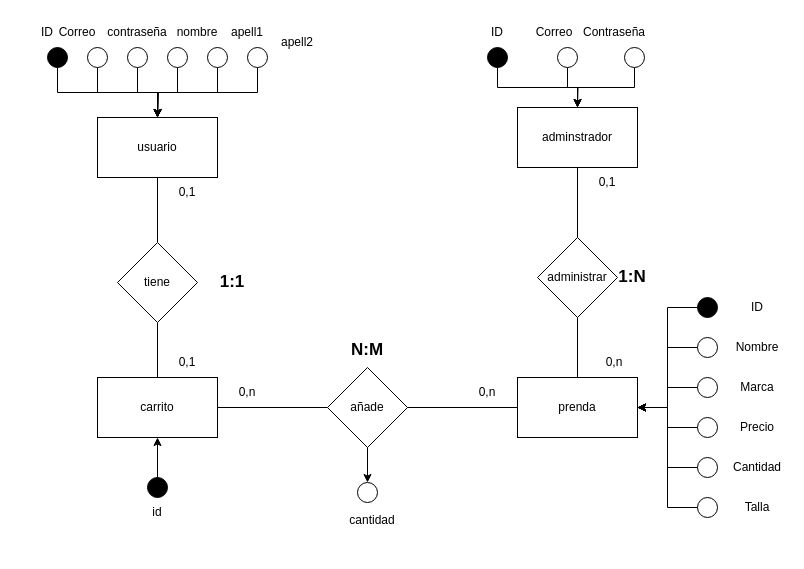
This is SQL/ER_Tienda_de_Ropa.drawio from rubendesrod/Vastion_TiendaRopa, a draw.io file, before an edit. Source tidied: cells renumbered, new cells numbered last; positions are measured from the earlier drawing's top-left corner, leaving out a move shared by most shapes. Both pictures are drawn from the tidied source at 100%, with x=0, y=0 at pixel (17, 17).
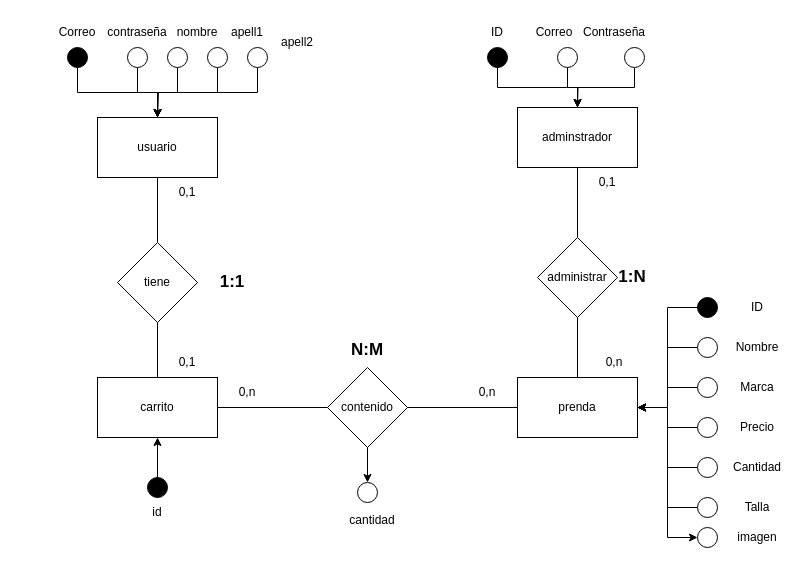
The same page after the edit.

Unchanged cells that the change refers to:
```xml
<mxCell id="3" value="usuario" style="rounded=0;whiteSpace=wrap;html=1;" parent="1" vertex="1">
  <mxGeometry x="80" y="100" width="120" height="60" as="geometry" />
</mxCell>
<mxCell id="7" value="prenda" style="rounded=0;whiteSpace=wrap;html=1;" parent="1" vertex="1">
  <mxGeometry x="500" y="360" width="120" height="60" as="geometry" />
</mxCell>
```

Change to the diagram source:
```diff
@@
+    <mxCell id="75" style="edgeStyle=orthogonalEdgeStyle;rounded=0;jettySize=auto;html=1;exitX=1;exitY=0.5;exitDx=0;exitDy=0;entryX=0;entryY=0.5;entryDx=0;entryDy=0;" parent="1" edge="1" source="7" target="76">
+      <mxGeometry relative="1" as="geometry" />
+    </mxCell>
@@
     <mxCell id="9" style="edgeStyle=orthogonalEdgeStyle;rounded=0;jettySize=auto;html=1;exitX=0.5;exitY=1;exitDx=0;exitDy=0;entryX=0.5;entryY=0;entryDx=0;entryDy=0;" parent="1" edge="1" source="10" target="3">
-      <mxGeometry relative="1" as="geometry" />
+      <mxGeometry relative="1" as="geometry">
+        <Array as="points">
+          <mxPoint x="60" y="75" />
+          <mxPoint x="140" y="75" />
+        </Array>
+      </mxGeometry>
     </mxCell>
     <mxCell id="10" style="ellipse;whiteSpace=wrap;html=1;fillColor=#000000;" parent="1" vertex="1">
-      <mxGeometry x="30" y="30" width="20" height="20" as="geometry" />
+      <mxGeometry x="50" y="30" width="20" height="20" as="geometry" />
     </mxCell>
-    <mxCell id="11" style="edgeStyle=orthogonalEdgeStyle;rounded=0;jettySize=auto;html=1;exitX=0.5;exitY=1;exitDx=0;exitDy=0;" parent="1" edge="1" source="12">
-      <mxGeometry relative="1" as="geometry">
-        <mxPoint x="140" y="100" as="targetPoint" />
-      </mxGeometry>
-    </mxCell>
-    <mxCell id="12" style="ellipse;whiteSpace=wrap;html=1;" parent="1" vertex="1">
-      <mxGeometry x="70" y="30" width="20" height="20" as="geometry" />
-    </mxCell>
@@
-    <mxCell id="45" value="ID" style="text;html=1;strokeColor=none;fillColor=none;align=center;verticalAlign=middle;whiteSpace=wrap;rounded=0;" parent="1" vertex="1">
-      <mxGeometry width="60" height="30" as="geometry" />
-    </mxCell>
@@
-    <mxCell id="61" value="añade" style="rhombus;whiteSpace=wrap;html=1;" parent="1" vertex="1">
+    <mxCell id="61" value="contenido" style="rhombus;whiteSpace=wrap;html=1;" parent="1" vertex="1">
       <mxGeometry x="310" y="350" width="80" height="80" as="geometry" />
     </mxCell>
@@
+    <mxCell id="76" style="ellipse;whiteSpace=wrap;html=1;" parent="1" vertex="1">
+      <mxGeometry x="680" y="510" width="20" height="20" as="geometry" />
+    </mxCell>
+    <mxCell id="77" value="imagen" style="text;html=1;strokeColor=none;fillColor=none;align=center;verticalAlign=middle;whiteSpace=wrap;rounded=0;" parent="1" vertex="1">
+      <mxGeometry x="710" y="505" width="60" height="30" as="geometry" />
+    </mxCell>
```
